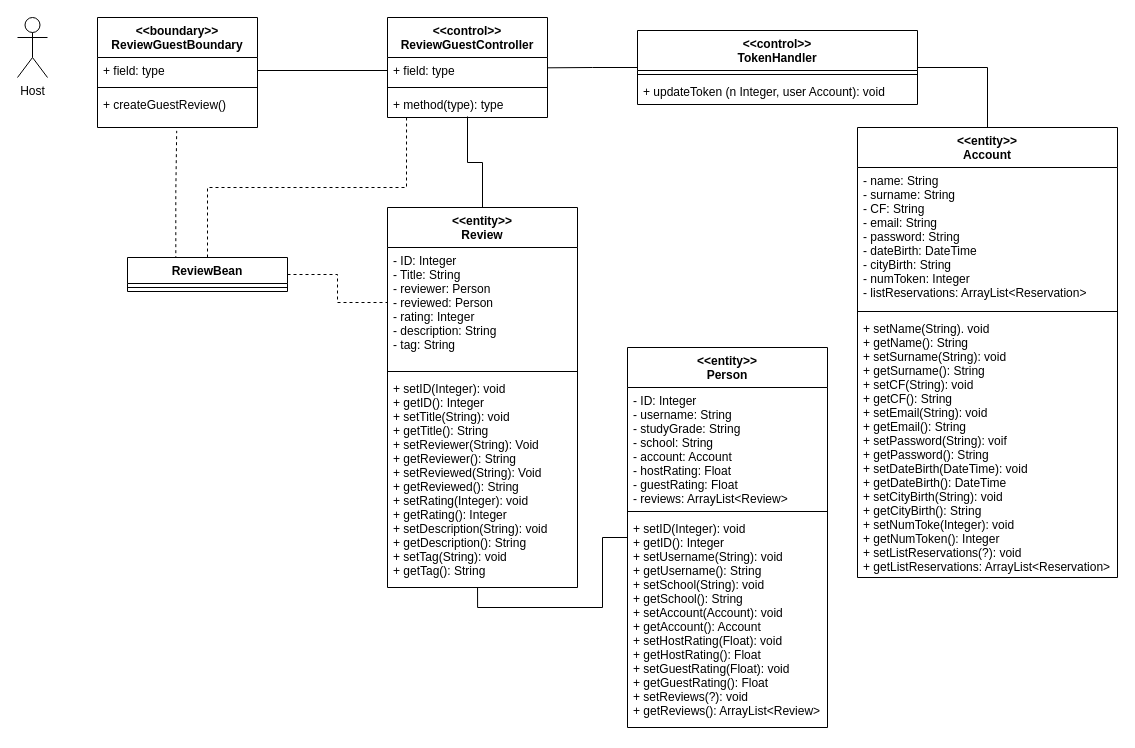
Before: Docs/VoPC/VoPC ReviewGuest.drawio in nic-agos/DoveStudi, a draw.io diagram. Source tidied: cells renumbered, new cells numbered last; positions are measured from the earlier drawing's top-left corner, leaving out a move shared by most shapes. Both pictures are drawn from the tidied source at 100%, with x=0, y=0 at pixel (17, 17).
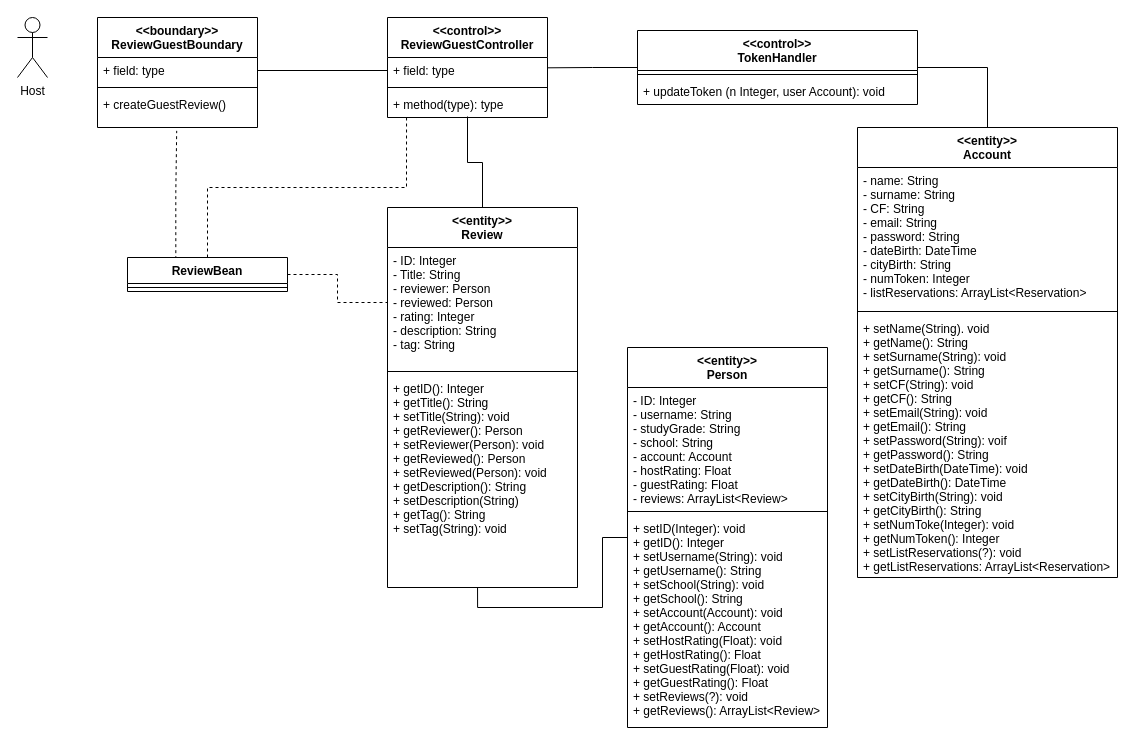
The same page after the edit.

Commit message:
added setter/getter

The change refers to these unchanged cells:
```xml
<mxCell id="17" value="&lt;&lt;entity&gt;&gt;&#10;Review" style="swimlane;fontStyle=1;align=center;verticalAlign=top;horizontal=1;startSize=40;" parent="1" vertex="1">
  <mxGeometry x="370" y="190" width="190" height="380" as="geometry" />
</mxCell>
```

The edit, as a diff of the source:
```diff
@@
-    <mxCell id="20" value="+ setID(Integer): void&#10;+ getID(): Integer&#10;+ setTitle(String): void&#10;+ getTitle(): String&#10;+ setReviewer(String): Void&#10;+ getReviewer(): String&#10;+ setReviewed(String): Void&#10;+ getReviewed(): String&#10;+ setRating(Integer): void&#10;+ getRating(): Integer&#10;+ setDescription(String): void&#10;+ getDescription(): String&#10;+ setTag(String): void&#10;+ getTag(): String " style="text;strokeColor=none;fillColor=none;align=left;verticalAlign=top;spacingLeft=4;spacingRight=4;overflow=hidden;points=[[0,0.5],[1,0.5]];portConstraint=eastwest;" parent="17" vertex="1">
+    <mxCell id="20" value="+ getID(): Integer&#10;+ getTitle(): String&#10;+ setTitle(String): void&#10;+ getReviewer(): Person&#10;+ setReviewer(Person): void&#10;+ getReviewed(): Person&#10;+ setReviewed(Person): void&#10;+ getDescription(): String&#10;+ setDescription(String)&#10;+ getTag(): String&#10;+ setTag(String): void" style="text;strokeColor=none;fillColor=none;align=left;verticalAlign=top;spacingLeft=4;spacingRight=4;overflow=hidden;points=[[0,0.5],[1,0.5]];portConstraint=eastwest;" parent="17" vertex="1">
       <mxGeometry y="168" width="190" height="212" as="geometry" />
     </mxCell>
```
